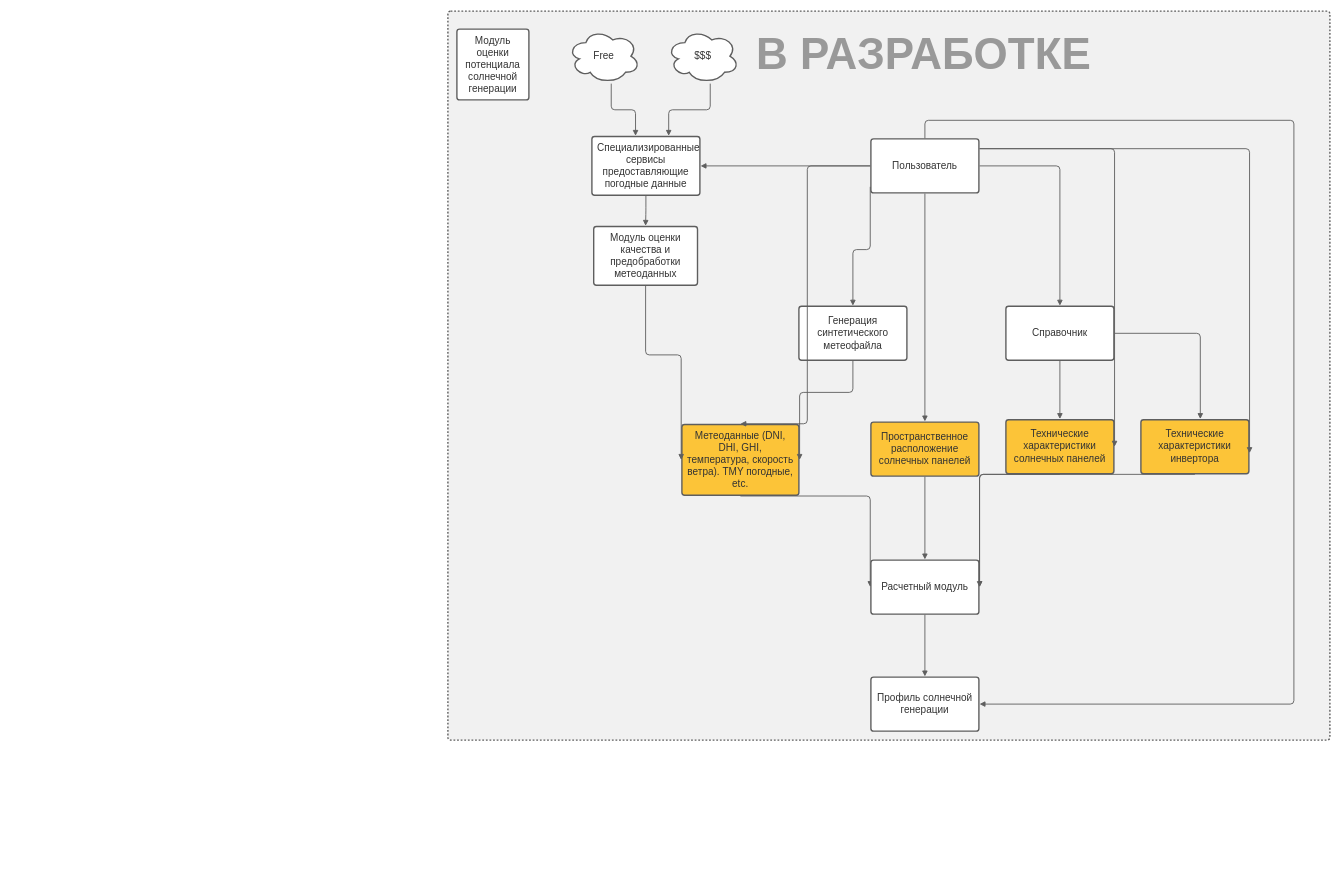
Above: page "По формированию профиля PVSyst" (3 of 4) of TEO.drawio in Randyrofed/DrawIO (draw.io), before the change. Source tidied: cells renumbered, new cells numbered last; positions are measured from the earlier drawing's top-left corner, leaving out a move shared by most shapes. Both pictures are drawn from the tidied source at 60%, with x=0, y=0 at pixel (448, 11).
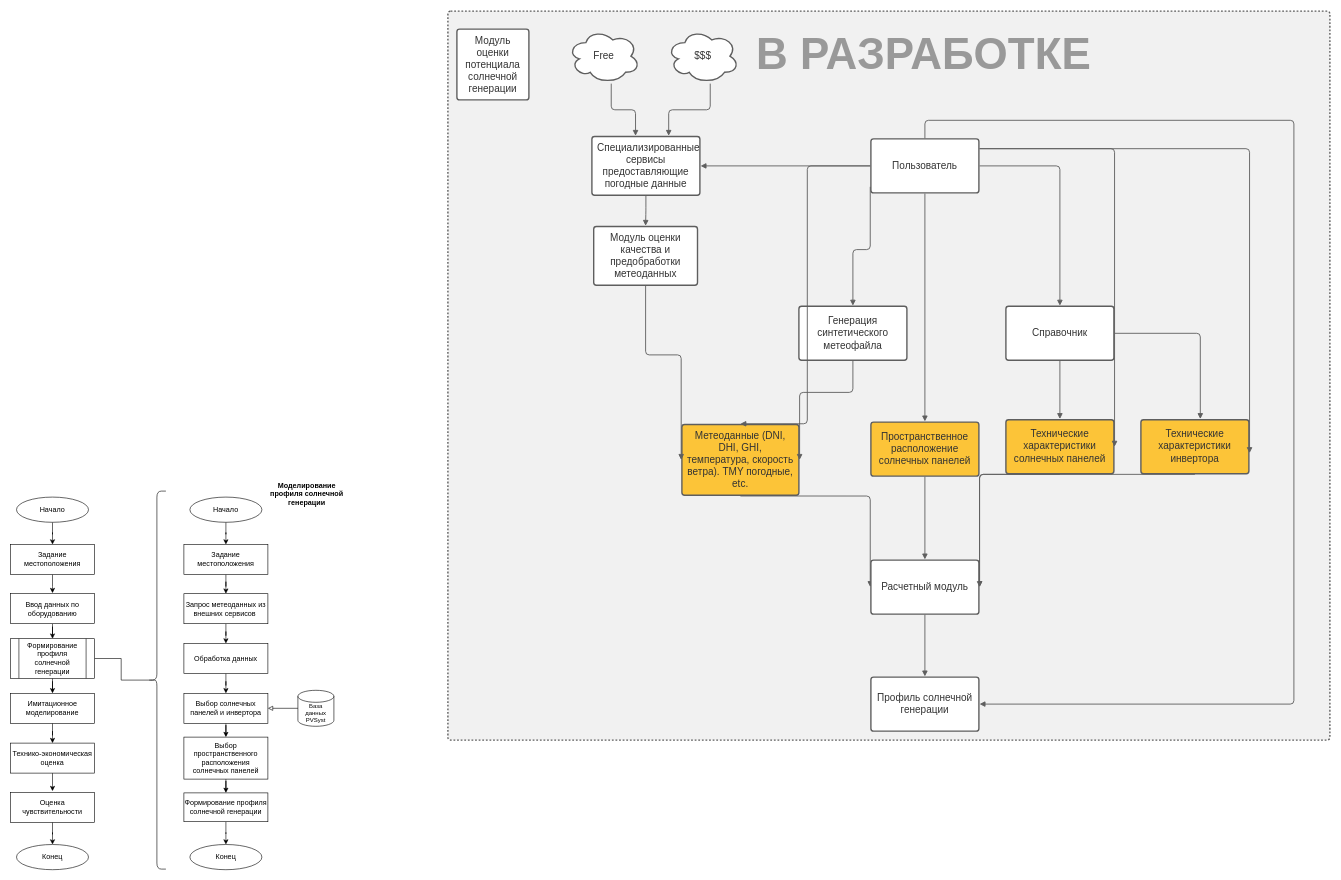
The same page after the edit.

Diff of the diagram source:
```diff
@@
+    <mxCell id="38" style="edgeStyle=orthogonalEdgeStyle;rounded=0;jettySize=auto;html=1;entryX=0.5;entryY=0;entryDx=0;entryDy=0;fontSize=12;endArrow=classic;endFill=1;" parent="1" edge="1" source="39" target="41">
+      <mxGeometry relative="1" as="geometry" />
+    </mxCell>
+    <mxCell id="39" value="Начало" style="ellipse;whiteSpace=wrap;html=1;flipV=1;" parent="1" vertex="1">
+      <mxGeometry x="-719" y="810" width="120" height="42" as="geometry" />
+    </mxCell>
+    <mxCell id="40" style="edgeStyle=orthogonalEdgeStyle;rounded=0;jettySize=auto;html=1;fontSize=12;endArrow=classic;endFill=1;" parent="1" edge="1" source="41">
+      <mxGeometry relative="1" as="geometry">
+        <mxPoint x="-659" y="970" as="targetPoint" />
+      </mxGeometry>
+    </mxCell>
+    <mxCell id="41" value="Задание местоположения" style="rounded=0;whiteSpace=wrap;html=1;flipV=1;" parent="1" vertex="1">
+      <mxGeometry x="-729" y="889" width="140" height="50" as="geometry" />
+    </mxCell>
+    <mxCell id="42" style="edgeStyle=orthogonalEdgeStyle;rounded=0;jettySize=auto;html=1;fontSize=12;endArrow=classic;endFill=1;" parent="1" edge="1" source="43" target="71">
+      <mxGeometry relative="1" as="geometry" />
+    </mxCell>
+    <mxCell id="43" value="Ввод данных по оборудованию" style="rounded=0;whiteSpace=wrap;html=1;flipV=1;" parent="1" vertex="1">
+      <mxGeometry x="-729" y="971" width="140" height="50" as="geometry" />
+    </mxCell>
+    <mxCell id="44" style="edgeStyle=orthogonalEdgeStyle;rounded=0;jettySize=auto;html=1;entryX=0.5;entryY=0;entryDx=0;entryDy=0;fontSize=12;endArrow=classic;endFill=1;" parent="1" edge="1" source="45" target="47">
+      <mxGeometry relative="1" as="geometry" />
+    </mxCell>
+    <mxCell id="45" value="Имитационное моделирование" style="rounded=0;whiteSpace=wrap;html=1;flipV=1;" parent="1" vertex="1">
+      <mxGeometry x="-729" y="1137" width="140" height="50" as="geometry" />
+    </mxCell>
+    <mxCell id="46" style="edgeStyle=orthogonalEdgeStyle;rounded=0;jettySize=auto;html=1;fontSize=12;endArrow=classic;endFill=1;" parent="1" edge="1" source="47">
+      <mxGeometry relative="1" as="geometry">
+        <mxPoint x="-659" y="1300" as="targetPoint" />
+      </mxGeometry>
+    </mxCell>
+    <mxCell id="47" value="Технико-экономическая оценка" style="rounded=0;whiteSpace=wrap;html=1;flipV=1;" parent="1" vertex="1">
+      <mxGeometry x="-729" y="1220" width="140" height="50" as="geometry" />
+    </mxCell>
+    <mxCell id="48" style="edgeStyle=orthogonalEdgeStyle;rounded=0;jettySize=auto;html=1;entryX=0.5;entryY=0;entryDx=0;entryDy=0;fontSize=12;endArrow=classic;endFill=1;" parent="1" edge="1" source="49" target="50">
+      <mxGeometry relative="1" as="geometry" />
+    </mxCell>
+    <mxCell id="49" value="Оценка чувствительности" style="rounded=0;whiteSpace=wrap;html=1;flipV=1;" parent="1" vertex="1">
+      <mxGeometry x="-729" y="1302" width="140" height="50" as="geometry" />
+    </mxCell>
+    <mxCell id="50" value="Конец" style="ellipse;whiteSpace=wrap;html=1;flipV=1;" parent="1" vertex="1">
+      <mxGeometry x="-719" y="1389" width="120" height="42" as="geometry" />
+    </mxCell>
+    <mxCell id="51" style="edgeStyle=orthogonalEdgeStyle;rounded=0;jettySize=auto;html=1;" parent="1" edge="1" source="52" target="54">
+      <mxGeometry relative="1" as="geometry" />
+    </mxCell>
+    <mxCell id="52" value="Запрос метеоданных из внешних сервисов&amp;nbsp;" style="rounded=0;whiteSpace=wrap;html=1;" parent="1" vertex="1">
+      <mxGeometry x="-440" y="971" width="140" height="50" as="geometry" />
+    </mxCell>
+    <mxCell id="53" style="edgeStyle=orthogonalEdgeStyle;rounded=0;jettySize=auto;html=1;entryX=0.5;entryY=0;entryDx=0;entryDy=0;" parent="1" edge="1" source="54" target="60">
+      <mxGeometry relative="1" as="geometry" />
+    </mxCell>
+    <mxCell id="54" value="Обработка данных" style="rounded=0;whiteSpace=wrap;html=1;" parent="1" vertex="1">
+      <mxGeometry x="-440" y="1054" width="140" height="50" as="geometry" />
+    </mxCell>
+    <mxCell id="55" style="edgeStyle=orthogonalEdgeStyle;rounded=0;jettySize=auto;html=1;entryX=0.5;entryY=0;entryDx=0;entryDy=0;" parent="1" edge="1" source="56" target="52">
+      <mxGeometry relative="1" as="geometry" />
+    </mxCell>
+    <mxCell id="56" value="Задание местоположения" style="rounded=0;whiteSpace=wrap;html=1;" parent="1" vertex="1">
+      <mxGeometry x="-440" y="889" width="140" height="50" as="geometry" />
+    </mxCell>
+    <mxCell id="57" style="edgeStyle=orthogonalEdgeStyle;rounded=0;jettySize=auto;html=1;" parent="1" edge="1" source="58" target="56">
+      <mxGeometry relative="1" as="geometry" />
+    </mxCell>
+    <mxCell id="58" value="Начало" style="ellipse;whiteSpace=wrap;html=1;" parent="1" vertex="1">
+      <mxGeometry x="-430" y="810" width="120" height="42" as="geometry" />
+    </mxCell>
+    <mxCell id="59" style="edgeStyle=orthogonalEdgeStyle;rounded=0;jettySize=auto;html=1;entryX=0.5;entryY=0;entryDx=0;entryDy=0;fontSize=10;" parent="1" edge="1" source="60" target="62">
+      <mxGeometry relative="1" as="geometry" />
+    </mxCell>
+    <mxCell id="60" value="Выбор солнечных панелей и инвертора" style="rounded=0;whiteSpace=wrap;html=1;" parent="1" vertex="1">
+      <mxGeometry x="-440" y="1137" width="140" height="50" as="geometry" />
+    </mxCell>
+    <mxCell id="61" style="edgeStyle=orthogonalEdgeStyle;rounded=0;jettySize=auto;html=1;entryX=0.5;entryY=0;entryDx=0;entryDy=0;fontSize=10;" parent="1" edge="1" source="62" target="64">
+      <mxGeometry relative="1" as="geometry" />
+    </mxCell>
+    <mxCell id="62" value="Выбор пространственного расположения солнечных панелей" style="rounded=0;whiteSpace=wrap;html=1;" parent="1" vertex="1">
+      <mxGeometry x="-440" y="1210" width="140" height="70" as="geometry" />
+    </mxCell>
+    <mxCell id="63" style="edgeStyle=orthogonalEdgeStyle;rounded=0;jettySize=auto;html=1;entryX=0.5;entryY=0;entryDx=0;entryDy=0;fontSize=10;" parent="1" edge="1" source="64" target="65">
+      <mxGeometry relative="1" as="geometry" />
+    </mxCell>
+    <mxCell id="64" value="Формирование профиля солнечной генерации" style="rounded=0;whiteSpace=wrap;html=1;" parent="1" vertex="1">
+      <mxGeometry x="-440" y="1303" width="140" height="48" as="geometry" />
+    </mxCell>
+    <mxCell id="65" value="Конец" style="ellipse;whiteSpace=wrap;html=1;" parent="1" vertex="1">
+      <mxGeometry x="-430" y="1389" width="120" height="42" as="geometry" />
+    </mxCell>
+    <mxCell id="66" style="edgeStyle=orthogonalEdgeStyle;rounded=0;jettySize=auto;html=1;entryX=1;entryY=0.5;entryDx=0;entryDy=0;endArrow=block;endFill=0;exitX=0;exitY=0.5;exitDx=0;exitDy=0;exitPerimeter=0;" parent="1" edge="1" source="68" target="60">
+      <mxGeometry relative="1" as="geometry" />
+    </mxCell>
+    <mxCell id="67" value="База данных PVSyst" style="text;html=1;strokeColor=none;fillColor=none;align=center;verticalAlign=middle;whiteSpace=wrap;rounded=0;fontSize=10;" parent="1" vertex="1">
+      <mxGeometry x="-250" y="1160" width="60" height="20" as="geometry" />
+    </mxCell>
+    <mxCell id="68" style="strokeWidth=1;html=1;shape=mxgraph.flowchart.database;whiteSpace=wrap;fontSize=10;fillColor=none;" parent="1" vertex="1">
+      <mxGeometry x="-250" y="1132" width="60" height="60" as="geometry" />
+    </mxCell>
+    <mxCell id="69" style="edgeStyle=orthogonalEdgeStyle;rounded=0;jettySize=auto;html=1;entryX=0.5;entryY=0;entryDx=0;entryDy=0;fontSize=12;endArrow=classic;endFill=1;" parent="1" edge="1" source="71" target="45">
+      <mxGeometry relative="1" as="geometry" />
+    </mxCell>
+    <mxCell id="70" style="edgeStyle=orthogonalEdgeStyle;rounded=0;jettySize=auto;html=1;entryX=0.1;entryY=0.5;entryDx=0;entryDy=0;entryPerimeter=0;fontSize=12;endArrow=none;endFill=0;startArrow=none;startFill=0;" parent="1" edge="1" source="71" target="73">
+      <mxGeometry relative="1" as="geometry" />
+    </mxCell>
+    <mxCell id="71" value="Формирование профиля солнечной генерации" style="shape=process;whiteSpace=wrap;html=1;backgroundOutline=1;strokeWidth=1;fontSize=12;flipV=1;" parent="1" vertex="1">
+      <mxGeometry x="-729" y="1046" width="140" height="66" as="geometry" />
+    </mxCell>
+    <mxCell id="72" value="Моделирование профиля солнечной генерации" style="text;html=1;strokeColor=none;fillColor=none;align=center;verticalAlign=middle;whiteSpace=wrap;rounded=0;fontSize=12;fontStyle=1;" parent="1" vertex="1">
+      <mxGeometry x="-310" y="790" width="150" height="30" as="geometry" />
+    </mxCell>
+    <mxCell id="73" style="shape=curlyBracket;whiteSpace=wrap;html=1;rounded=1;labelPosition=left;verticalLabelPosition=middle;align=right;verticalAlign=middle;strokeWidth=1;fontSize=12;size=0.5;" parent="1" vertex="1">
+      <mxGeometry x="-500" y="800" width="30" height="630" as="geometry" />
+    </mxCell>
```
